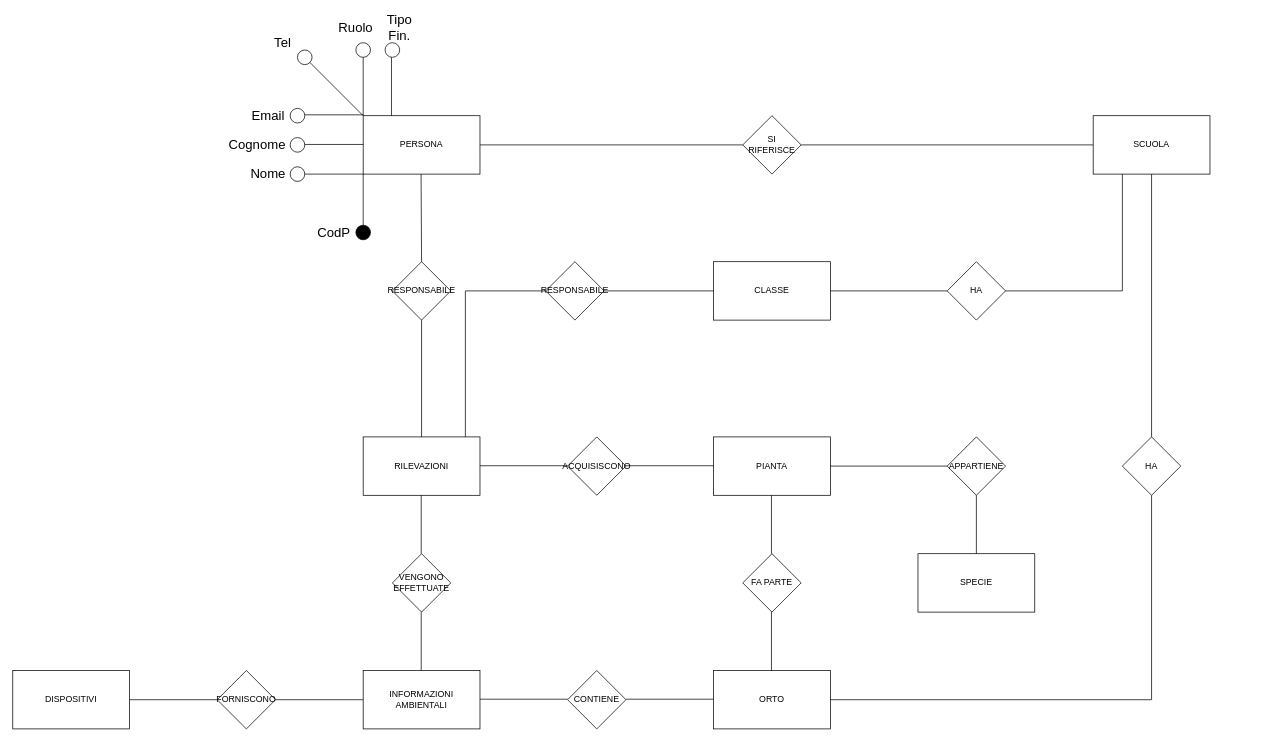
Earlier version of the draw.io diagram BD_ER_2023.drawio (pizzo-kyle/unige). Source tidied: cells renumbered, new cells numbered last; positions are measured from the earlier drawing's top-left corner, leaving out a move shared by most shapes. Both pictures are drawn from the tidied source at 73%, with x=0, y=0 at pixel (12, 13).
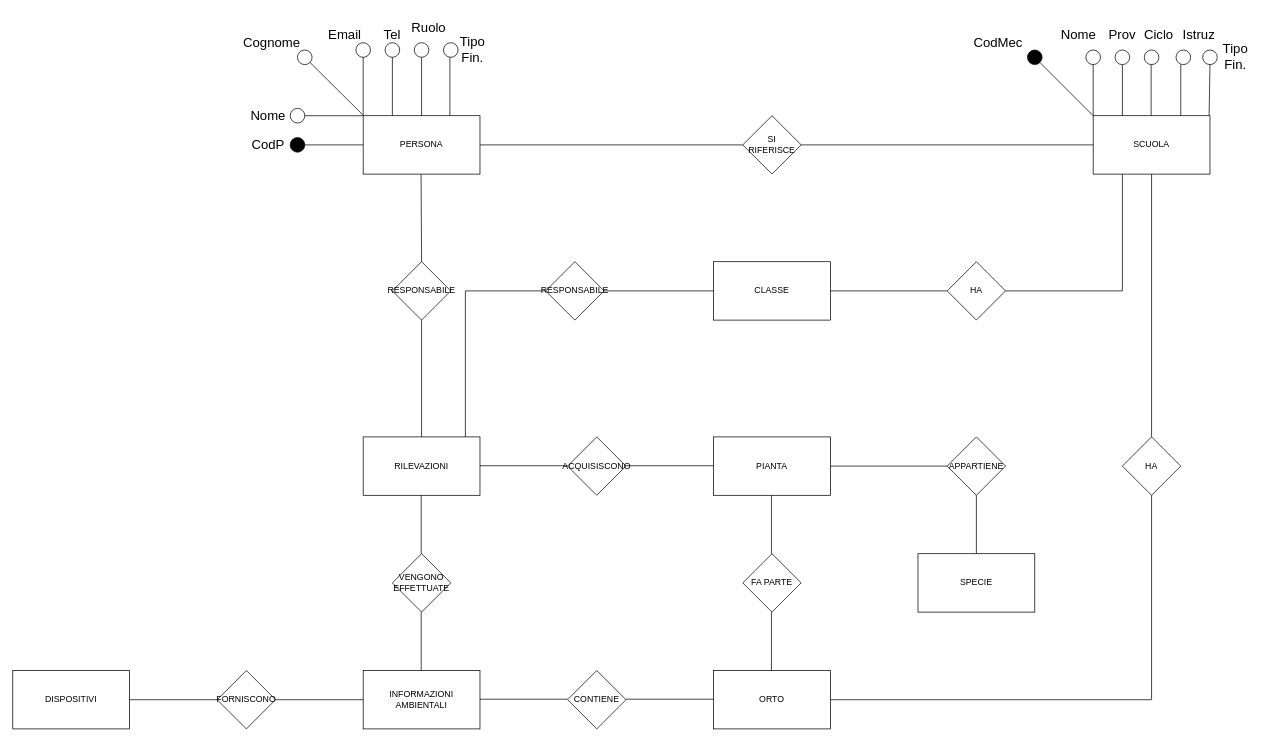
After the change.

The change refers to these unchanged cells:
```xml
<mxCell id="2" value="SCUOLA" style="rounded=0;whiteSpace=wrap;html=1;" parent="1" vertex="1">
  <mxGeometry x="1480" y="140" width="160" height="80" as="geometry" />
</mxCell>
<mxCell id="3" value="PERSONA" style="rounded=0;whiteSpace=wrap;html=1;" parent="1" vertex="1">
  <mxGeometry x="480" y="140" width="160" height="80" as="geometry" />
</mxCell>
```

Change to the diagram source:
```diff
@@
-    <mxCell id="44" style="ellipse;whiteSpace=wrap;html=1;fillColor=#000000;direction=south;" parent="1" vertex="1">
-      <mxGeometry x="470" y="290" width="20" height="20" as="geometry" />
-    </mxCell>
     <mxCell id="45" value="&lt;font style=&quot;font-size: 18px;&quot;&gt;CodP&lt;/font&gt;" style="text;html=1;strokeColor=none;fillColor=none;align=center;verticalAlign=middle;whiteSpace=wrap;rounded=0;" parent="1" vertex="1">
-      <mxGeometry x="410" y="280" width="60" height="40" as="geometry" />
+      <mxGeometry x="320" y="160" width="60" height="40" as="geometry" />
     </mxCell>
-    <mxCell id="46" style="endArrow=none;html=1;rounded=0;entryX=0;entryY=1;entryDx=0;entryDy=0;exitX=0;exitY=0.5;exitDx=0;exitDy=0;" parent="1" edge="1" source="44" target="3">
-      <mxGeometry relative="1" as="geometry" />
+    <mxCell id="46" style="endArrow=none;html=1;rounded=0;entryX=0;entryY=1;entryDx=0;entryDy=0;" parent="1" edge="1" source="44">
+      <mxGeometry relative="1" as="geometry">
+        <mxPoint x="480" y="180" as="targetPoint" />
+      </mxGeometry>
     </mxCell>
     <mxCell id="47" style="ellipse;whiteSpace=wrap;html=1;fillColor=#FFFFFF;direction=south;gradientColor=none;" parent="1" vertex="1">
-      <mxGeometry x="380" y="210" width="20" height="20" as="geometry" />
+      <mxGeometry x="380" y="130" width="20" height="20" as="geometry" />
     </mxCell>
     <mxCell id="48" style="endArrow=none;html=1;rounded=0;exitX=0.5;exitY=0;exitDx=0;exitDy=0;" parent="1" edge="1" source="47">
       <mxGeometry relative="1" as="geometry">
-        <mxPoint x="480" y="220" as="targetPoint" />
+        <mxPoint x="480" y="140" as="targetPoint" />
       </mxGeometry>
     </mxCell>
     <mxCell id="49" value="&lt;span style=&quot;font-size: 18px;&quot;&gt;Nome&lt;/span&gt;" style="text;html=1;strokeColor=none;fillColor=none;align=center;verticalAlign=middle;whiteSpace=wrap;rounded=0;" parent="1" vertex="1">
-      <mxGeometry x="320" y="200" width="60" height="40" as="geometry" />
+      <mxGeometry x="320" y="120" width="60" height="40" as="geometry" />
     </mxCell>
-    <mxCell id="50" style="ellipse;whiteSpace=wrap;html=1;fillColor=#FFFFFF;direction=south;gradientColor=none;" parent="1" vertex="1">
-      <mxGeometry x="380" y="170" width="20" height="20" as="geometry" />
-    </mxCell>
-    <mxCell id="51" style="endArrow=none;html=1;rounded=0;exitX=0.5;exitY=0;exitDx=0;exitDy=0;" parent="1" edge="1">
+    <mxCell id="51" style="endArrow=none;html=1;rounded=0;" parent="1" edge="1" source="50">
       <mxGeometry relative="1" as="geometry">
-        <mxPoint x="400" y="179.4" as="sourcePoint" />
-        <mxPoint x="480" y="179.4" as="targetPoint" />
+        <mxPoint x="480" y="139.4" as="targetPoint" />
       </mxGeometry>
     </mxCell>
     <mxCell id="52" value="&lt;span style=&quot;font-size: 18px;&quot;&gt;Cognome&lt;/span&gt;" style="text;html=1;strokeColor=none;fillColor=none;align=center;verticalAlign=middle;whiteSpace=wrap;rounded=0;" parent="1" vertex="1">
-      <mxGeometry x="290" y="160" width="90" height="40" as="geometry" />
+      <mxGeometry x="310" y="20" width="90" height="40" as="geometry" />
     </mxCell>
     <mxCell id="53" style="ellipse;whiteSpace=wrap;html=1;fillColor=#FFFFFF;direction=south;gradientColor=none;" parent="1" vertex="1">
-      <mxGeometry x="380" y="130" width="20" height="20" as="geometry" />
+      <mxGeometry x="470" y="40" width="20" height="20" as="geometry" />
     </mxCell>
-    <mxCell id="54" style="endArrow=none;html=1;rounded=0;exitX=0.5;exitY=0;exitDx=0;exitDy=0;" parent="1" edge="1">
+    <mxCell id="54" style="endArrow=none;html=1;rounded=0;" parent="1" edge="1">
       <mxGeometry relative="1" as="geometry">
-        <mxPoint x="400" y="138.8" as="sourcePoint" />
+        <mxPoint x="480" y="60" as="sourcePoint" />
         <mxPoint x="480" y="138.8" as="targetPoint" />
       </mxGeometry>
     </mxCell>
     <mxCell id="55" value="&lt;span style=&quot;font-size: 18px;&quot;&gt;Email&lt;/span&gt;" style="text;html=1;strokeColor=none;fillColor=none;align=center;verticalAlign=middle;whiteSpace=wrap;rounded=0;" parent="1" vertex="1">
-      <mxGeometry x="320" y="120" width="60" height="40" as="geometry" />
+      <mxGeometry x="425" y="10" width="60" height="40" as="geometry" />
     </mxCell>
-    <mxCell id="56" style="ellipse;whiteSpace=wrap;html=1;fillColor=#FFFFFF;direction=south;gradientColor=none;" parent="1" vertex="1">
-      <mxGeometry x="390" y="50" width="20" height="20" as="geometry" />
-    </mxCell>
-    <mxCell id="57" style="endArrow=none;html=1;rounded=0;exitX=1;exitY=0;exitDx=0;exitDy=0;entryX=0;entryY=0;entryDx=0;entryDy=0;" parent="1" edge="1" source="56" target="3">
+    <mxCell id="57" style="endArrow=none;html=1;rounded=0;entryX=0.25;entryY=0;entryDx=0;entryDy=0;" parent="1" edge="1" source="56" target="3">
       <mxGeometry relative="1" as="geometry" />
     </mxCell>
     <mxCell id="58" value="&lt;span style=&quot;font-size: 18px;&quot;&gt;Tel&lt;/span&gt;" style="text;html=1;strokeColor=none;fillColor=none;align=center;verticalAlign=middle;whiteSpace=wrap;rounded=0;" parent="1" vertex="1">
-      <mxGeometry x="350" y="20" width="40" height="40" as="geometry" />
+      <mxGeometry x="500" y="10" width="40" height="40" as="geometry" />
     </mxCell>
     <mxCell id="59" style="ellipse;whiteSpace=wrap;html=1;fillColor=#FFFFFF;direction=south;gradientColor=none;" parent="1" vertex="1">
-      <mxGeometry x="470" y="40" width="20" height="20" as="geometry" />
+      <mxGeometry x="550" y="40" width="20" height="20" as="geometry" />
     </mxCell>
-    <mxCell id="60" style="endArrow=none;html=1;rounded=0;exitX=1;exitY=0.5;exitDx=0;exitDy=0;entryX=0;entryY=0;entryDx=0;entryDy=0;" parent="1" edge="1" source="59" target="3">
-      <mxGeometry relative="1" as="geometry" />
+    <mxCell id="60" style="endArrow=none;html=1;rounded=0;exitX=1;exitY=0.5;exitDx=0;exitDy=0;entryX=0;entryY=0;entryDx=0;entryDy=0;" parent="1" edge="1" source="59">
+      <mxGeometry relative="1" as="geometry">
+        <mxPoint x="560" y="140" as="targetPoint" />
+      </mxGeometry>
     </mxCell>
     <mxCell id="61" value="&lt;span style=&quot;font-size: 18px;&quot;&gt;Ruolo&lt;/span&gt;" style="text;html=1;strokeColor=none;fillColor=none;align=center;verticalAlign=middle;whiteSpace=wrap;rounded=0;" parent="1" vertex="1">
-      <mxGeometry x="440" width="60" height="40" as="geometry" />
+      <mxGeometry x="540" width="60" height="40" as="geometry" />
     </mxCell>
     <mxCell id="62" style="ellipse;whiteSpace=wrap;html=1;fillColor=#FFFFFF;direction=south;gradientColor=none;" parent="1" vertex="1">
-      <mxGeometry x="510" y="40" width="20" height="20" as="geometry" />
+      <mxGeometry x="590" y="40" width="20" height="20" as="geometry" />
     </mxCell>
     <mxCell id="63" style="endArrow=none;html=1;rounded=0;exitX=1;exitY=0.5;exitDx=0;exitDy=0;entryX=0;entryY=0;entryDx=0;entryDy=0;" parent="1" edge="1">
       <mxGeometry relative="1" as="geometry">
-        <mxPoint x="518.8" y="60" as="sourcePoint" />
-        <mxPoint x="518.8" y="140" as="targetPoint" />
+        <mxPoint x="598.8" y="60" as="sourcePoint" />
+        <mxPoint x="598.8" y="140" as="targetPoint" />
       </mxGeometry>
     </mxCell>
     <mxCell id="64" value="&lt;span style=&quot;font-size: 18px;&quot;&gt;Tipo Fin.&lt;/span&gt;" style="text;html=1;strokeColor=none;fillColor=none;align=center;verticalAlign=middle;whiteSpace=wrap;rounded=0;" parent="1" vertex="1">
-      <mxGeometry x="500" width="60" height="40" as="geometry" />
+      <mxGeometry x="600" y="30" width="60" height="40" as="geometry" />
     </mxCell>
+    <mxCell id="65" style="ellipse;whiteSpace=wrap;html=1;fillColor=#000000;direction=south;" parent="1" vertex="1">
+      <mxGeometry x="1390" y="50" width="20" height="20" as="geometry" />
+    </mxCell>
+    <mxCell id="66" style="endArrow=none;html=1;rounded=0;entryX=1;entryY=0;entryDx=0;entryDy=0;exitX=0;exitY=0;exitDx=0;exitDy=0;" parent="1" edge="1" source="2" target="65">
+      <mxGeometry relative="1" as="geometry" />
+    </mxCell>
+    <mxCell id="67" value="&lt;font style=&quot;font-size: 18px;&quot;&gt;CodMec&lt;/font&gt;" style="text;html=1;strokeColor=none;fillColor=none;align=center;verticalAlign=middle;whiteSpace=wrap;rounded=0;" parent="1" vertex="1">
+      <mxGeometry x="1310" y="20" width="80" height="40" as="geometry" />
+    </mxCell>
+    <mxCell id="68" style="endArrow=none;html=1;rounded=0;exitX=0;exitY=0;exitDx=0;exitDy=0;entryX=1;entryY=0.5;entryDx=0;entryDy=0;" parent="1" edge="1" source="2" target="69">
+      <mxGeometry relative="1" as="geometry" />
+    </mxCell>
+    <mxCell id="69" style="ellipse;whiteSpace=wrap;html=1;fillColor=#FFFFFF;direction=south;gradientColor=none;" parent="1" vertex="1">
+      <mxGeometry x="1470" y="50" width="20" height="20" as="geometry" />
+    </mxCell>
+    <mxCell id="70" value="&lt;span style=&quot;font-size: 18px;&quot;&gt;Nome&lt;/span&gt;" style="text;html=1;strokeColor=none;fillColor=none;align=center;verticalAlign=middle;whiteSpace=wrap;rounded=0;" parent="1" vertex="1">
+      <mxGeometry x="1430" y="10" width="60" height="40" as="geometry" />
+    </mxCell>
+    <mxCell id="71" style="ellipse;whiteSpace=wrap;html=1;fillColor=#FFFFFF;direction=south;gradientColor=none;" parent="1" vertex="1">
+      <mxGeometry x="1510" y="50" width="20" height="20" as="geometry" />
+    </mxCell>
+    <mxCell id="72" style="endArrow=none;html=1;rounded=0;exitX=0.25;exitY=0;exitDx=0;exitDy=0;entryX=1;entryY=0.5;entryDx=0;entryDy=0;" parent="1" edge="1" source="2" target="71">
+      <mxGeometry relative="1" as="geometry" />
+    </mxCell>
+    <mxCell id="73" value="&lt;span style=&quot;font-size: 18px;&quot;&gt;Prov&lt;/span&gt;" style="text;html=1;strokeColor=none;fillColor=none;align=center;verticalAlign=middle;whiteSpace=wrap;rounded=0;" parent="1" vertex="1">
+      <mxGeometry x="1495" y="10" width="50" height="40" as="geometry" />
+    </mxCell>
+    <mxCell id="74" style="ellipse;whiteSpace=wrap;html=1;fillColor=#FFFFFF;direction=south;gradientColor=none;" parent="1" vertex="1">
+      <mxGeometry x="1550" y="50" width="20" height="20" as="geometry" />
+    </mxCell>
+    <mxCell id="75" style="endArrow=none;html=1;rounded=0;exitX=0.25;exitY=0;exitDx=0;exitDy=0;entryX=1;entryY=0.5;entryDx=0;entryDy=0;" parent="1" edge="1">
+      <mxGeometry relative="1" as="geometry">
+        <mxPoint x="1559.4" y="140" as="sourcePoint" />
+        <mxPoint x="1559.4" y="70" as="targetPoint" />
+      </mxGeometry>
+    </mxCell>
+    <mxCell id="76" value="&lt;span style=&quot;font-size: 18px;&quot;&gt;Ciclo&lt;/span&gt;" style="text;html=1;strokeColor=none;fillColor=none;align=center;verticalAlign=middle;whiteSpace=wrap;rounded=0;" parent="1" vertex="1">
+      <mxGeometry x="1545" y="10" width="50" height="40" as="geometry" />
+    </mxCell>
+    <mxCell id="77" style="ellipse;whiteSpace=wrap;html=1;fillColor=#FFFFFF;direction=south;gradientColor=none;" parent="1" vertex="1">
+      <mxGeometry x="1593.5" y="50" width="20" height="20" as="geometry" />
+    </mxCell>
+    <mxCell id="78" style="endArrow=none;html=1;rounded=0;exitX=0.25;exitY=0;exitDx=0;exitDy=0;entryX=1;entryY=0.5;entryDx=0;entryDy=0;" parent="1" edge="1">
+      <mxGeometry relative="1" as="geometry">
+        <mxPoint x="1600" y="140" as="sourcePoint" />
+        <mxPoint x="1600" y="70" as="targetPoint" />
+      </mxGeometry>
+    </mxCell>
+    <mxCell id="79" value="&lt;span style=&quot;font-size: 18px;&quot;&gt;Istruz&lt;/span&gt;" style="text;html=1;strokeColor=none;fillColor=none;align=center;verticalAlign=middle;whiteSpace=wrap;rounded=0;" parent="1" vertex="1">
+      <mxGeometry x="1600" y="10" width="50" height="40" as="geometry" />
+    </mxCell>
+    <mxCell id="80" style="ellipse;whiteSpace=wrap;html=1;fillColor=#FFFFFF;direction=south;gradientColor=none;" parent="1" vertex="1">
+      <mxGeometry x="1630" y="50" width="20" height="20" as="geometry" />
+    </mxCell>
+    <mxCell id="81" style="endArrow=none;html=1;rounded=0;exitX=0.25;exitY=0;exitDx=0;exitDy=0;entryX=1;entryY=0.5;entryDx=0;entryDy=0;" parent="1" edge="1" target="80">
+      <mxGeometry relative="1" as="geometry">
+        <mxPoint x="1638.8" y="140" as="sourcePoint" />
+      </mxGeometry>
+    </mxCell>
+    <mxCell id="82" value="&lt;span style=&quot;font-size: 18px;&quot;&gt;Tipo Fin.&lt;/span&gt;" style="text;html=1;strokeColor=none;fillColor=none;align=center;verticalAlign=middle;whiteSpace=wrap;rounded=0;" parent="1" vertex="1">
+      <mxGeometry x="1650" y="40" width="50" height="40" as="geometry" />
+    </mxCell>
+    <mxCell id="83" style="endArrow=none;html=1;rounded=0;entryX=0.25;entryY=0;entryDx=0;entryDy=0;" parent="1" edge="1" target="56">
+      <mxGeometry relative="1" as="geometry">
+        <mxPoint x="520" y="60" as="sourcePoint" />
+      </mxGeometry>
+    </mxCell>
+    <mxCell id="56" style="ellipse;whiteSpace=wrap;html=1;fillColor=#FFFFFF;direction=south;gradientColor=none;" parent="1" vertex="1">
+      <mxGeometry x="510" y="40" width="20" height="20" as="geometry" />
+    </mxCell>
+    <mxCell id="84" style="endArrow=none;html=1;rounded=0;entryX=0;entryY=1;entryDx=0;entryDy=0;" parent="1" edge="1" target="44">
+      <mxGeometry relative="1" as="geometry">
+        <mxPoint x="400" y="180" as="sourcePoint" />
+      </mxGeometry>
+    </mxCell>
+    <mxCell id="44" style="ellipse;whiteSpace=wrap;html=1;fillColor=#000000;direction=south;" parent="1" vertex="1">
+      <mxGeometry x="380" y="170" width="20" height="20" as="geometry" />
+    </mxCell>
+    <mxCell id="85" style="endArrow=none;html=1;rounded=0;" parent="1" edge="1" target="50">
+      <mxGeometry relative="1" as="geometry">
+        <mxPoint x="400" y="60" as="sourcePoint" />
+      </mxGeometry>
+    </mxCell>
+    <mxCell id="50" style="ellipse;whiteSpace=wrap;html=1;fillColor=#FFFFFF;direction=south;gradientColor=none;" parent="1" vertex="1">
+      <mxGeometry x="390" y="50" width="20" height="20" as="geometry" />
+    </mxCell>
```
